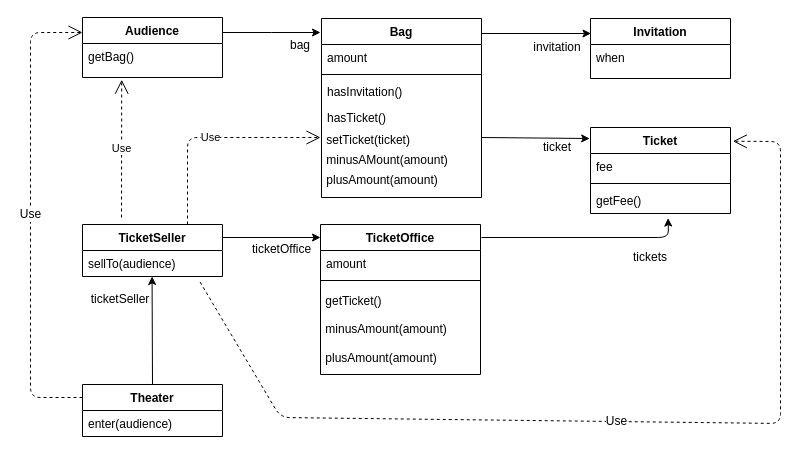
This is classDiagram.drawio from nowv30/Object, a draw.io file, before an edit. Source tidied: cells renumbered, new cells numbered last; positions are measured from the earlier drawing's top-left corner, leaving out a move shared by most shapes. Both pictures are drawn from the tidied source at 100%, with x=0, y=0 at pixel (30, 17).
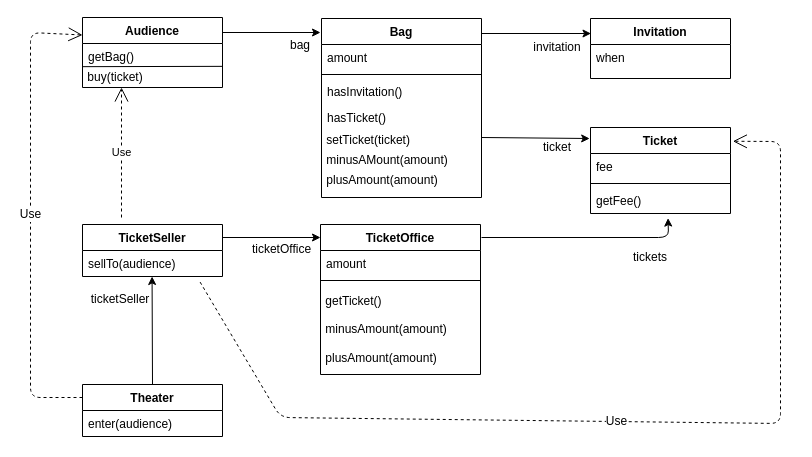
Above is the later version.

The change refers to these unchanged cells:
```xml
<mxCell id="26" value="TicketSeller" style="swimlane;fontStyle=1;horizontal=1;startSize=26;fillColor=none;" parent="1" vertex="1">
  <mxGeometry x="52" y="207" width="140" height="52" as="geometry" />
</mxCell>
```

What changed in the source:
```diff
@@
-    <mxCell id="2" style="edgeStyle=orthogonalEdgeStyle;rounded=0;jettySize=auto;html=1;exitX=1;exitY=0.25;exitDx=0;exitDy=0;" parent="1" edge="1" source="3">
+    <mxCell id="2" style="edgeStyle=orthogonalEdgeStyle;rounded=0;orthogonalLoop=1;jettySize=auto;html=1;" parent="1" edge="1">
       <mxGeometry relative="1" as="geometry">
+        <mxPoint x="192" y="15" as="sourcePoint" />
         <mxPoint x="290" y="15" as="targetPoint" />
       </mxGeometry>
     </mxCell>
     <mxCell id="3" value="Audience" style="swimlane;fontStyle=1;horizontal=1;startSize=26;fillColor=none;" parent="1" vertex="1">
-      <mxGeometry x="52" width="140" height="60" as="geometry" />
+      <mxGeometry x="52" width="140" height="70" as="geometry" />
     </mxCell>
     <mxCell id="4" value="getBag()" style="text;strokeColor=none;fillColor=none;align=left;verticalAlign=top;spacingLeft=4;spacingRight=4;overflow=hidden;points=[[0,0.5],[1,0.5]];portConstraint=eastwest;" parent="3" vertex="1">
-      <mxGeometry y="26" width="140" height="34" as="geometry" />
+      <mxGeometry y="26" width="140" height="24" as="geometry" />
     </mxCell>
+    <mxCell id="42" style="endArrow=none;html=1;entryX=1;entryY=0.952;entryDx=0;entryDy=0;entryPerimeter=0;exitX=0.002;exitY=0.965;exitDx=0;exitDy=0;exitPerimeter=0;" parent="3" edge="1" source="4" target="4">
+      <mxGeometry relative="1" as="geometry" />
+    </mxCell>
+    <mxCell id="43" value="&amp;nbsp;buy(ticket)" style="text;html=1;strokeColor=none;fillColor=none;align=left;verticalAlign=middle;whiteSpace=wrap;rounded=0;" parent="3" vertex="1">
+      <mxGeometry y="50" width="140" height="20" as="geometry" />
+    </mxCell>
@@
-    <mxCell id="27" value="Use" style="endArrow=open;endSize=12;dashed=1;html=1;exitX=0.75;exitY=0;exitDx=0;exitDy=0;" parent="26" edge="1" source="26">
-      <mxGeometry relative="1" as="geometry">
-        <mxPoint x="238" y="-87" as="targetPoint" />
-        <Array as="points">
-          <mxPoint x="105" y="-87" />
-        </Array>
-      </mxGeometry>
-    </mxCell>
@@
-    <mxCell id="41" value="Use" style="endArrow=open;endSize=12;dashed=1;html=1;entryX=0.28;entryY=1.065;entryDx=0;entryDy=0;entryPerimeter=0;" parent="1" edge="1" target="4">
+    <mxCell id="41" value="Use" style="endArrow=open;endSize=12;dashed=1;html=1;" parent="1" edge="1">
       <mxGeometry relative="1" as="geometry">
         <mxPoint x="91" y="200" as="sourcePoint" />
+        <mxPoint x="91" y="70" as="targetPoint" />
       </mxGeometry>
     </mxCell>
```
